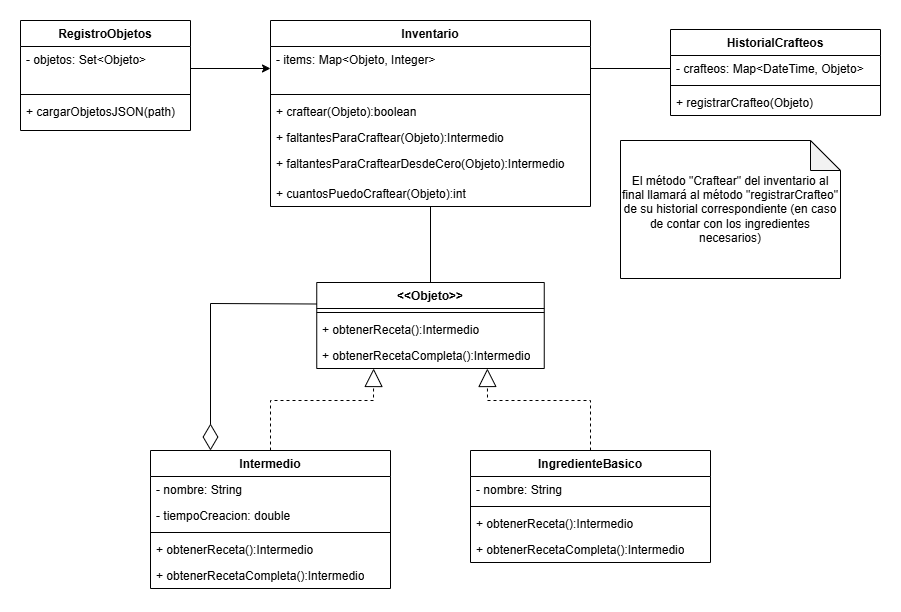
shny258/ParadigmasTP2 keeps this draw.io diagram as DCLASES.png. Above is the earlier version. Source tidied: cells renumbered, new cells last; positions are measured from the earlier drawing's top-left corner, leaving out a move shared by most shapes.
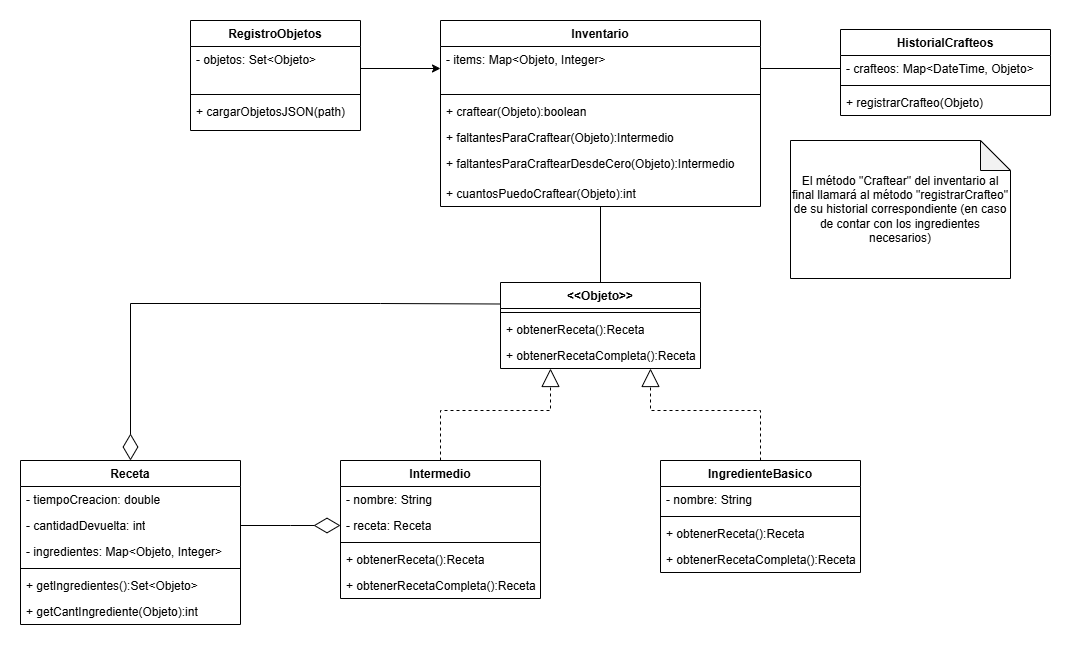
Above is the later version.

Commit message:
clase receta agregada

The edit, as a diff of the source:
```diff
@@ -3,16 +3,16 @@
     <mxCell id="0" />
     <mxCell id="1" parent="0" />
     <mxCell id="2" value="&amp;lt;&amp;lt;Objeto&amp;gt;&amp;gt;" style="swimlane;fontStyle=1;align=center;verticalAlign=top;horizontal=1;startSize=26;whiteSpace=wrap;html=1;" parent="1" vertex="1">
-      <mxGeometry x="296.2" y="262" width="227.5" height="86" as="geometry" />
+      <mxGeometry x="310" y="262" width="200" height="86" as="geometry" />
     </mxCell>
     <mxCell id="3" style="line;strokeWidth=1;fillColor=none;align=left;verticalAlign=middle;spacingTop=-1;spacingLeft=3;spacingRight=3;labelPosition=right;strokeColor=inherit;" parent="2" vertex="1">
-      <mxGeometry y="26" width="227.5" height="8" as="geometry" />
+      <mxGeometry y="26" width="200" height="8" as="geometry" />
     </mxCell>
-    <mxCell id="4" value="+ obtenerReceta():Intermedio" style="text;strokeColor=none;fillColor=none;align=left;verticalAlign=top;spacingLeft=4;spacingRight=4;overflow=hidden;whiteSpace=wrap;html=1;" parent="2" vertex="1">
-      <mxGeometry y="34" width="227.5" height="26" as="geometry" />
+    <mxCell id="4" value="+ obtenerReceta():Receta" style="text;strokeColor=none;fillColor=none;align=left;verticalAlign=top;spacingLeft=4;spacingRight=4;overflow=hidden;whiteSpace=wrap;html=1;" parent="2" vertex="1">
+      <mxGeometry y="34" width="200" height="26" as="geometry" />
     </mxCell>
-    <mxCell id="5" value="+ obtenerRecetaCompleta():Intermedio" style="text;strokeColor=none;fillColor=none;align=left;verticalAlign=top;spacingLeft=4;spacingRight=4;overflow=hidden;whiteSpace=wrap;html=1;" parent="2" vertex="1">
-      <mxGeometry y="60" width="227.5" height="26" as="geometry" />
+    <mxCell id="5" value="+ obtenerRecetaCompleta():Receta" style="text;strokeColor=none;fillColor=none;align=left;verticalAlign=top;spacingLeft=4;spacingRight=4;overflow=hidden;whiteSpace=wrap;html=1;" parent="2" vertex="1">
+      <mxGeometry y="60" width="200" height="26" as="geometry" />
     </mxCell>
     <mxCell id="6" style="edgeStyle=orthogonalEdgeStyle;rounded=0;jettySize=auto;html=1;exitX=0.5;exitY=1;exitDx=0;exitDy=0;entryX=0.5;entryY=0;entryDx=0;entryDy=0;endArrow=none;startFill=0;" parent="1" edge="1" source="7" target="2">
       <mxGeometry relative="1" as="geometry" />
@@ -39,58 +39,60 @@
       <mxGeometry y="160" width="320" height="26" as="geometry" />
     </mxCell>
     <mxCell id="14" value="Intermedio" style="swimlane;fontStyle=1;align=center;verticalAlign=top;horizontal=1;startSize=26;whiteSpace=wrap;html=1;" parent="1" vertex="1">
-      <mxGeometry x="130" y="430" width="240" height="138" as="geometry" />
+      <mxGeometry x="150" y="440" width="200" height="138" as="geometry" />
     </mxCell>
     <mxCell id="15" value="- nombre: String&lt;div&gt;&lt;br&gt;&lt;/div&gt;" style="text;strokeColor=none;fillColor=none;align=left;verticalAlign=top;spacingLeft=4;spacingRight=4;overflow=hidden;whiteSpace=wrap;html=1;" parent="14" vertex="1">
-      <mxGeometry y="26" width="240" height="26" as="geometry" />
+      <mxGeometry y="26" width="200" height="26" as="geometry" />
     </mxCell>
-    <mxCell id="16" value="- tiempoCreacion: double" style="text;strokeColor=none;fillColor=none;align=left;verticalAlign=top;spacingLeft=4;spacingRight=4;overflow=hidden;points=[[0,0.5],[1,0.5]];portConstraint=eastwest;whiteSpace=wrap;html=1;" parent="14" vertex="1">
-      <mxGeometry y="52" width="240" height="26" as="geometry" />
+    <mxCell id="16" value="- receta: Receta" style="text;strokeColor=none;fillColor=none;align=left;verticalAlign=top;spacingLeft=4;spacingRight=4;overflow=hidden;points=[[0,0.5],[1,0.5]];portConstraint=eastwest;whiteSpace=wrap;html=1;" parent="14" vertex="1">
+      <mxGeometry y="52" width="200" height="26" as="geometry" />
     </mxCell>
     <mxCell id="17" style="line;strokeWidth=1;fillColor=none;align=left;verticalAlign=middle;spacingTop=-1;spacingLeft=3;spacingRight=3;labelPosition=right;strokeColor=inherit;" parent="14" vertex="1">
-      <mxGeometry y="78" width="240" height="8" as="geometry" />
+      <mxGeometry y="78" width="200" height="8" as="geometry" />
     </mxCell>
-    <mxCell id="18" value="+ obtenerReceta():Intermedio" style="text;strokeColor=none;fillColor=none;align=left;verticalAlign=top;spacingLeft=4;spacingRight=4;overflow=hidden;whiteSpace=wrap;html=1;" parent="14" vertex="1">
-      <mxGeometry y="86" width="240" height="26" as="geometry" />
+    <mxCell id="18" value="+ obtenerReceta():Receta" style="text;strokeColor=none;fillColor=none;align=left;verticalAlign=top;spacingLeft=4;spacingRight=4;overflow=hidden;whiteSpace=wrap;html=1;" parent="14" vertex="1">
+      <mxGeometry y="86" width="200" height="26" as="geometry" />
     </mxCell>
-    <mxCell id="19" value="+ obtenerRecetaCompleta():Intermedio" style="text;strokeColor=none;fillColor=none;align=left;verticalAlign=top;spacingLeft=4;spacingRight=4;overflow=hidden;whiteSpace=wrap;html=1;" parent="14" vertex="1">
-      <mxGeometry y="112" width="240" height="26" as="geometry" />
+    <mxCell id="19" value="+ obtenerRecetaCompleta():Receta" style="text;strokeColor=none;fillColor=none;align=left;verticalAlign=top;spacingLeft=4;spacingRight=4;overflow=hidden;whiteSpace=wrap;html=1;" parent="14" vertex="1">
+      <mxGeometry y="112" width="200" height="26" as="geometry" />
     </mxCell>
     <mxCell id="20" value="IngredienteBasico" style="swimlane;fontStyle=1;align=center;verticalAlign=top;horizontal=1;startSize=26;whiteSpace=wrap;html=1;" parent="1" vertex="1">
-      <mxGeometry x="450" y="430" width="240" height="112" as="geometry" />
+      <mxGeometry x="470" y="440" width="200" height="112" as="geometry" />
     </mxCell>
     <mxCell id="21" value="&lt;div&gt;- nombre: String&lt;div&gt;&lt;br&gt;&lt;/div&gt;&lt;/div&gt;" style="text;strokeColor=none;fillColor=none;align=left;verticalAlign=top;spacingLeft=4;spacingRight=4;overflow=hidden;whiteSpace=wrap;html=1;" parent="20" vertex="1">
-      <mxGeometry y="26" width="240" height="26" as="geometry" />
+      <mxGeometry y="26" width="200" height="26" as="geometry" />
     </mxCell>
     <mxCell id="22" style="line;strokeWidth=1;fillColor=none;align=left;verticalAlign=middle;spacingTop=-1;spacingLeft=3;spacingRight=3;labelPosition=right;strokeColor=inherit;" parent="20" vertex="1">
-      <mxGeometry y="52" width="240" height="8" as="geometry" />
+      <mxGeometry y="52" width="200" height="8" as="geometry" />
     </mxCell>
-    <mxCell id="23" value="+ obtenerReceta():Intermedio" style="text;strokeColor=none;fillColor=none;align=left;verticalAlign=top;spacingLeft=4;spacingRight=4;overflow=hidden;whiteSpace=wrap;html=1;" parent="20" vertex="1">
-      <mxGeometry y="60" width="240" height="26" as="geometry" />
+    <mxCell id="23" value="+ obtenerReceta():Receta" style="text;strokeColor=none;fillColor=none;align=left;verticalAlign=top;spacingLeft=4;spacingRight=4;overflow=hidden;whiteSpace=wrap;html=1;" parent="20" vertex="1">
+      <mxGeometry y="60" width="200" height="26" as="geometry" />
     </mxCell>
-    <mxCell id="24" value="+ obtenerRecetaCompleta():Intermedio" style="text;strokeColor=none;fillColor=none;align=left;verticalAlign=top;spacingLeft=4;spacingRight=4;overflow=hidden;whiteSpace=wrap;html=1;" parent="20" vertex="1">
-      <mxGeometry y="86" width="240" height="26" as="geometry" />
+    <mxCell id="24" value="+ obtenerRecetaCompleta():Receta" style="text;strokeColor=none;fillColor=none;align=left;verticalAlign=top;spacingLeft=4;spacingRight=4;overflow=hidden;whiteSpace=wrap;html=1;" parent="20" vertex="1">
+      <mxGeometry y="86" width="200" height="26" as="geometry" />
     </mxCell>
     <mxCell id="25" style="endArrow=block;endSize=16;endFill=0;html=1;rounded=0;exitX=0.5;exitY=0;exitDx=0;exitDy=0;entryX=0.25;entryY=1;entryDx=0;entryDy=0;dashed=1;" parent="1" edge="1" source="14" target="2">
       <mxGeometry relative="1" as="geometry">
         <Array as="points">
-          <mxPoint x="250" y="380" />
-          <mxPoint x="353" y="380" />
+          <mxPoint x="250" y="390" />
+          <mxPoint x="310" y="390" />
+          <mxPoint x="360" y="390" />
         </Array>
       </mxGeometry>
     </mxCell>
     <mxCell id="26" style="endArrow=block;endSize=16;endFill=0;html=1;rounded=0;exitX=0.5;exitY=0;exitDx=0;exitDy=0;entryX=0.75;entryY=1;entryDx=0;entryDy=0;dashed=1;" parent="1" edge="1" source="20" target="2">
       <mxGeometry relative="1" as="geometry">
         <Array as="points">
-          <mxPoint x="570" y="380" />
-          <mxPoint x="467" y="380" />
+          <mxPoint x="570" y="390" />
+          <mxPoint x="460" y="390" />
         </Array>
       </mxGeometry>
     </mxCell>
-    <mxCell id="27" style="endArrow=diamondThin;endFill=0;endSize=24;html=1;rounded=0;entryX=0.25;entryY=0;entryDx=0;entryDy=0;exitX=0;exitY=0.25;exitDx=0;exitDy=0;" parent="1" edge="1" source="2" target="14">
+    <mxCell id="27" style="endArrow=diamondThin;endFill=0;endSize=24;html=1;rounded=0;entryX=0.5;entryY=0;entryDx=0;entryDy=0;exitX=0;exitY=0.25;exitDx=0;exitDy=0;" parent="1" edge="1" source="2" target="39">
       <mxGeometry relative="1" as="geometry">
         <Array as="points">
           <mxPoint x="190" y="283" />
+          <mxPoint x="-60" y="283" />
         </Array>
       </mxGeometry>
     </mxCell>
@@ -127,5 +129,33 @@
     <mxCell id="38" value="El método &quot;Craftear&quot; del inventario al final llamará al método &quot;registrarCrafteo&quot; de su historial correspondiente (en caso de contar con los ingredientes necesarios)" style="shape=note;whiteSpace=wrap;html=1;backgroundOutline=1;darkOpacity=0.05;" parent="1" vertex="1">
       <mxGeometry x="600" y="120" width="220" height="138" as="geometry" />
     </mxCell>
+    <mxCell id="39" value="Receta" style="swimlane;fontStyle=1;align=center;verticalAlign=top;horizontal=1;startSize=26;whiteSpace=wrap;html=1;" parent="1" vertex="1">
+      <mxGeometry x="-170" y="440" width="220" height="164" as="geometry" />
+    </mxCell>
+    <mxCell id="40" value="- tiempoCreacion: double&lt;div&gt;&lt;br&gt;&lt;/div&gt;" style="text;strokeColor=none;fillColor=none;align=left;verticalAlign=top;spacingLeft=4;spacingRight=4;overflow=hidden;whiteSpace=wrap;html=1;" parent="39" vertex="1">
+      <mxGeometry y="26" width="220" height="26" as="geometry" />
+    </mxCell>
+    <mxCell id="41" value="- cantidadDevuelta: int" style="text;strokeColor=none;fillColor=none;align=left;verticalAlign=top;spacingLeft=4;spacingRight=4;overflow=hidden;points=[[0,0.5],[1,0.5]];portConstraint=eastwest;whiteSpace=wrap;html=1;" parent="39" vertex="1">
+      <mxGeometry y="52" width="220" height="26" as="geometry" />
+    </mxCell>
+    <mxCell id="42" value="- ingredientes: Map&amp;lt;Objeto, Integer&amp;gt;&lt;div&gt;&lt;br&gt;&lt;/div&gt;" style="text;strokeColor=none;fillColor=none;align=left;verticalAlign=top;spacingLeft=4;spacingRight=4;overflow=hidden;whiteSpace=wrap;html=1;" parent="39" vertex="1">
+      <mxGeometry y="78" width="220" height="26" as="geometry" />
+    </mxCell>
+    <mxCell id="43" style="line;strokeWidth=1;fillColor=none;align=left;verticalAlign=middle;spacingTop=-1;spacingLeft=3;spacingRight=3;labelPosition=right;strokeColor=inherit;" parent="39" vertex="1">
+      <mxGeometry y="104" width="220" height="8" as="geometry" />
+    </mxCell>
+    <mxCell id="44" value="+ getIngredientes():Set&amp;lt;Objeto&amp;gt;" style="text;strokeColor=none;fillColor=none;align=left;verticalAlign=top;spacingLeft=4;spacingRight=4;overflow=hidden;whiteSpace=wrap;html=1;" parent="39" vertex="1">
+      <mxGeometry y="112" width="220" height="26" as="geometry" />
+    </mxCell>
+    <mxCell id="45" value="+ getCantIngrediente(Objeto):int" style="text;strokeColor=none;fillColor=none;align=left;verticalAlign=top;spacingLeft=4;spacingRight=4;overflow=hidden;whiteSpace=wrap;html=1;" parent="39" vertex="1">
+      <mxGeometry y="138" width="220" height="26" as="geometry" />
+    </mxCell>
+    <mxCell id="46" style="endArrow=diamondThin;endFill=0;endSize=24;html=1;rounded=0;entryX=0;entryY=0.5;entryDx=0;entryDy=0;exitX=1;exitY=0.5;exitDx=0;exitDy=0;" parent="1" edge="1" source="41" target="16">
+      <mxGeometry relative="1" as="geometry">
+        <Array as="points">
+          <mxPoint x="100" y="505" />
+        </Array>
+      </mxGeometry>
+    </mxCell>
   </root>
 </mxGraphModel>
```
